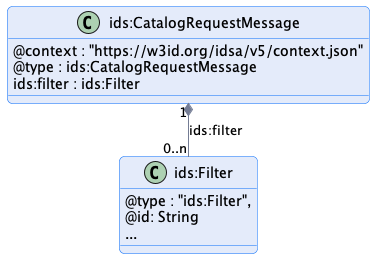
International-Data-Spaces-Association/ids-specification keeps this PlantUML diagram as catalog/images/catalog-request-message.png. Above is the earlier version.
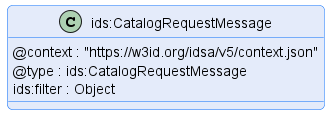
The same file after the commit.

The edit, as a diff of the source:
```diff
@@ -9,15 +9,7 @@
 class "ids:CatalogRequestMessage" {
     @context : "https://w3id.org/idsa/v5/context.json"
     @type : ids:CatalogRequestMessage
-    ids:filter : ids:Filter
+    ids:filter : Object
 }
 
-class ids:Filter {
-    @type : "ids:Filter",
-    @id: String
-    ...
-}
-
-"ids:CatalogRequestMessage" "1" *-- "0..n" "ids:Filter" : "ids:filter"
-
 @enduml
```
